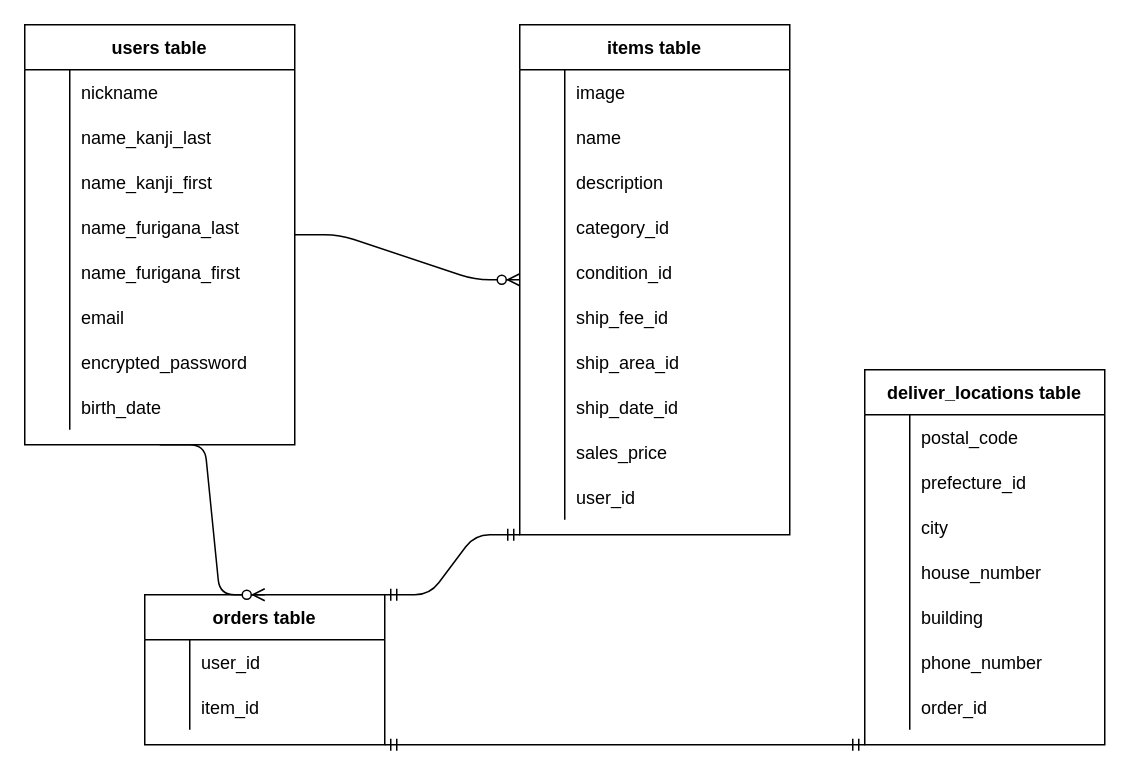
This is furima.dio from yhoriguchi29/furima-34954, a draw.io file, before an edit. Source tidied: cells renumbered, new cells numbered last; positions are measured from the earlier drawing's top-left corner, leaving out a move shared by most shapes. Both pictures are drawn from the tidied source at 150%, with x=0, y=0 at pixel (24, 24).
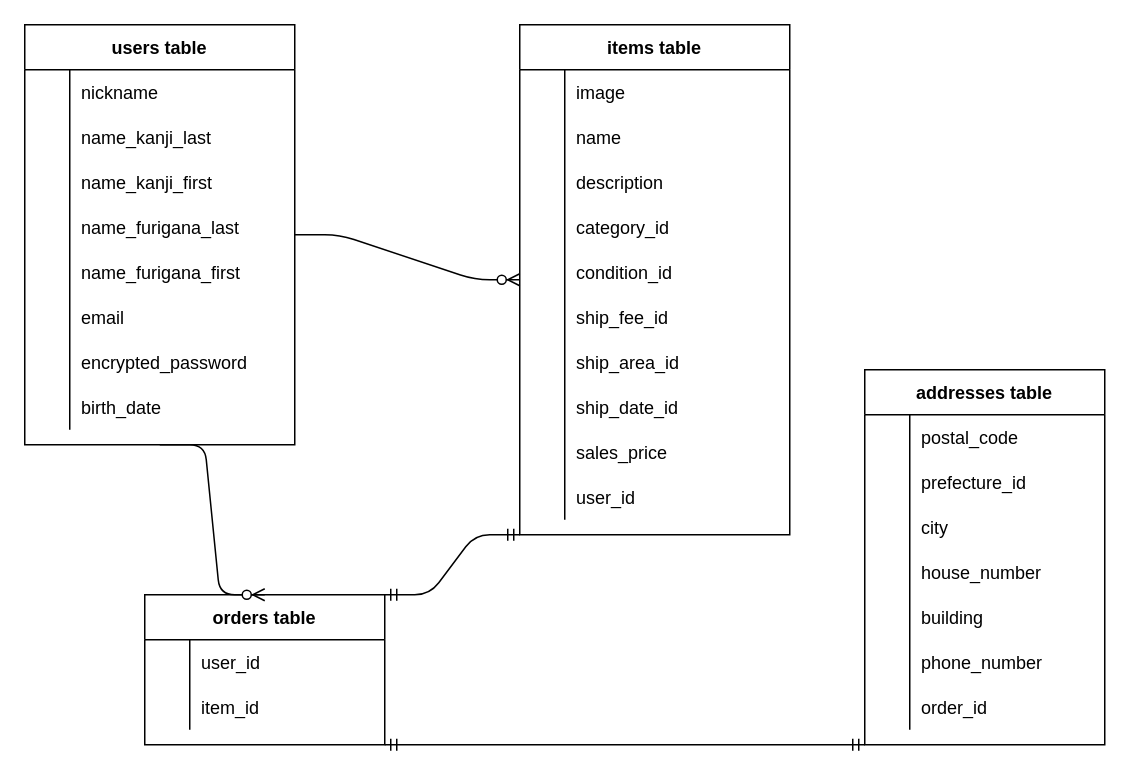
The same page after the edit.

Change to the diagram source:
```diff
@@
-    <mxCell id="65" value="deliver_locations table" style="shape=table;startSize=30;childLayout=tableLayout;rowLines=0;fontStyle=1;align=center;" parent="1" vertex="1">
+    <mxCell id="65" value="addresses table" style="shape=table;startSize=30;childLayout=tableLayout;rowLines=0;fontStyle=1;align=center;" parent="1" vertex="1">
       <mxGeometry x="560" y="230" width="160" height="250" as="geometry" />
     </mxCell>
```
